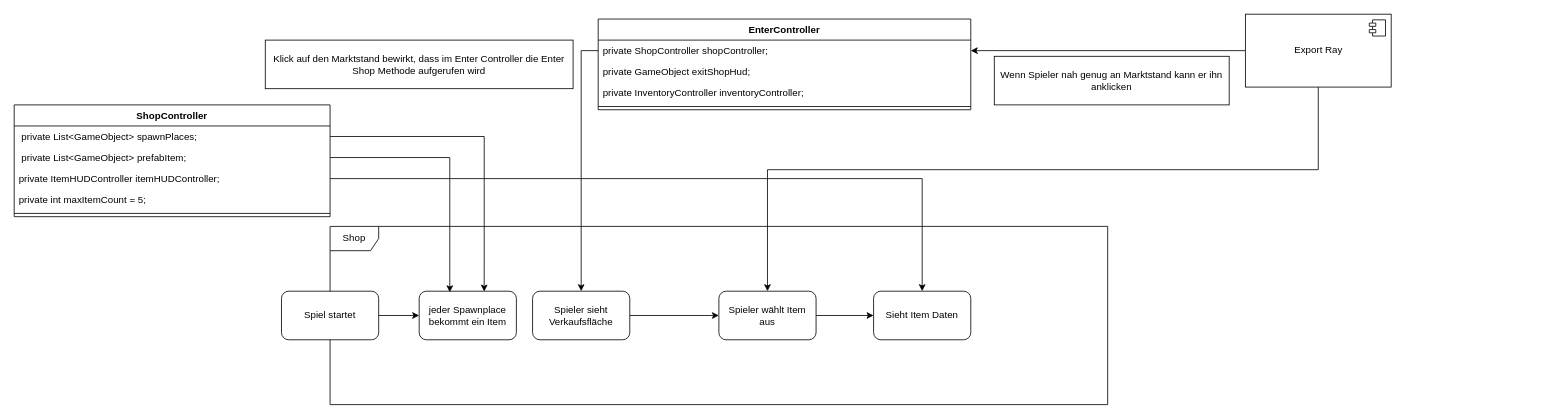
athaeck/AUREA keeps this draw.io diagram as Diagramms/Shopsystem.drawio. Above is the earlier version. Source tidied: cells renumbered, new cells numbered last; positions are measured from the earlier drawing's top-left corner, leaving out a move shared by most shapes. Both pictures are drawn from the tidied source at 81%, with x=0, y=0 at pixel (14, 14).
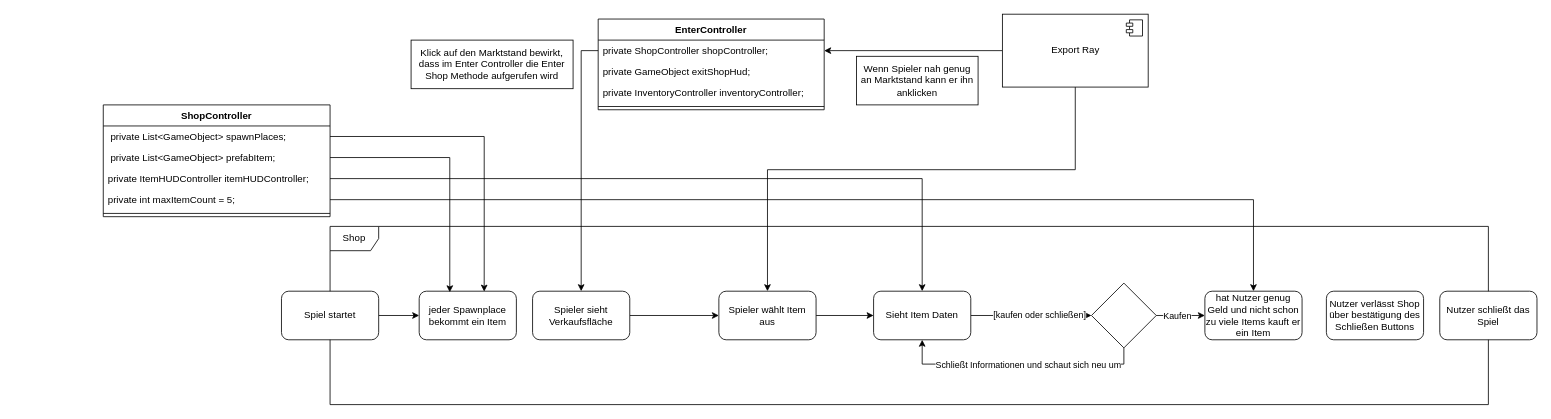
The same diagram, later.

Commit message (it also covers changes not shown here):
Shop System

The change refers to these unchanged cells:
```xml
<mxCell id="28" value="Spieler wählt Item aus" style="rounded=1;whiteSpace=wrap;html=1;" parent="1" vertex="1">
  <mxGeometry x="870" y="342" width="120" height="60" as="geometry" />
</mxCell>
<mxCell id="30" value="Sieht Item Daten" style="rounded=1;whiteSpace=wrap;html=1;" parent="1" vertex="1">
  <mxGeometry x="1061" y="342" width="120" height="60" as="geometry" />
</mxCell>
```

What changed in the source:
```diff
@@
     <mxCell id="2" value="ShopController" style="swimlane;fontStyle=1;align=center;verticalAlign=top;horizontal=1;startSize=26;" parent="1" vertex="1">
-      <mxGeometry y="112" width="390" height="138" as="geometry" />
+      <mxGeometry x="110" y="112" width="280" height="138" as="geometry" />
     </mxCell>
     <mxCell id="3" value=" private List&lt;GameObject&gt; spawnPlaces;" style="text;strokeColor=none;fillColor=none;align=left;verticalAlign=top;spacingLeft=4;spacingRight=4;overflow=hidden;points=[[0,0.5],[1,0.5]];portConstraint=eastwest;" parent="2" vertex="1">
-      <mxGeometry y="26" width="390" height="26" as="geometry" />
+      <mxGeometry y="26" width="280" height="26" as="geometry" />
     </mxCell>
     <mxCell id="4" value=" private List&lt;GameObject&gt; prefabItem;" style="text;strokeColor=none;fillColor=none;align=left;verticalAlign=top;spacingLeft=4;spacingRight=4;overflow=hidden;points=[[0,0.5],[1,0.5]];portConstraint=eastwest;" parent="2" vertex="1">
-      <mxGeometry y="52" width="390" height="26" as="geometry" />
+      <mxGeometry y="52" width="280" height="26" as="geometry" />
     </mxCell>
     <mxCell id="5" value="private ItemHUDController itemHUDController;" style="text;strokeColor=none;fillColor=none;align=left;verticalAlign=top;spacingLeft=4;spacingRight=4;overflow=hidden;points=[[0,0.5],[1,0.5]];portConstraint=eastwest;" parent="2" vertex="1">
-      <mxGeometry y="78" width="390" height="26" as="geometry" />
+      <mxGeometry y="78" width="280" height="26" as="geometry" />
     </mxCell>
     <mxCell id="6" value="private int maxItemCount = 5;" style="text;strokeColor=none;fillColor=none;align=left;verticalAlign=top;spacingLeft=4;spacingRight=4;overflow=hidden;points=[[0,0.5],[1,0.5]];portConstraint=eastwest;" parent="2" vertex="1">
-      <mxGeometry y="104" width="390" height="26" as="geometry" />
+      <mxGeometry y="104" width="280" height="26" as="geometry" />
     </mxCell>
     <mxCell id="7" style="line;strokeWidth=1;fillColor=none;align=left;verticalAlign=middle;spacingTop=-1;spacingLeft=3;spacingRight=3;labelPosition=right;" parent="2" vertex="1">
-      <mxGeometry y="130" width="390" height="8" as="geometry" />
+      <mxGeometry y="130" width="280" height="8" as="geometry" />
     </mxCell>
     <mxCell id="8" value="EnterController" style="swimlane;fontStyle=1;align=center;verticalAlign=top;horizontal=1;startSize=26;" parent="1" vertex="1">
-      <mxGeometry x="721" y="6" width="460" height="112" as="geometry" />
+      <mxGeometry x="721" y="6" width="279" height="112" as="geometry" />
     </mxCell>
     <mxCell id="9" value="private ShopController shopController;" style="text;strokeColor=none;fillColor=none;align=left;verticalAlign=top;spacingLeft=4;spacingRight=4;overflow=hidden;points=[[0,0.5],[1,0.5]];portConstraint=eastwest;" parent="8" vertex="1">
-      <mxGeometry y="26" width="460" height="26" as="geometry" />
+      <mxGeometry y="26" width="279" height="26" as="geometry" />
     </mxCell>
     <mxCell id="10" value="private GameObject exitShopHud;" style="text;strokeColor=none;fillColor=none;align=left;verticalAlign=top;spacingLeft=4;spacingRight=4;overflow=hidden;" parent="8" vertex="1">
-      <mxGeometry y="52" width="460" height="26" as="geometry" />
+      <mxGeometry y="52" width="279" height="26" as="geometry" />
     </mxCell>
     <mxCell id="11" value="private InventoryController inventoryController;" style="text;strokeColor=none;fillColor=none;align=left;verticalAlign=top;spacingLeft=4;spacingRight=4;overflow=hidden;" parent="8" vertex="1">
-      <mxGeometry y="78" width="460" height="26" as="geometry" />
+      <mxGeometry y="78" width="279" height="26" as="geometry" />
     </mxCell>
     <mxCell id="12" style="line;strokeWidth=1;fillColor=none;align=left;verticalAlign=middle;spacingTop=-1;spacingLeft=3;spacingRight=3;labelPosition=right;" parent="8" vertex="1">
-      <mxGeometry y="104" width="460" height="8" as="geometry" />
+      <mxGeometry y="104" width="279" height="8" as="geometry" />
     </mxCell>
@@
-    <mxCell id="14" style="edgeStyle=orthogonalEdgeStyle;rounded=0;jettySize=auto;html=1;" parent="1" edge="1" source="15" target="28">
+    <mxCell id="14" style="edgeStyle=orthogonalEdgeStyle;rounded=0;jettySize=auto;html=1;exitX=0.5;exitY=1;exitDx=0;exitDy=0;" parent="1" edge="1" source="15" target="28">
       <mxGeometry relative="1" as="geometry">
         <Array as="points">
-          <mxPoint x="1610" y="192" />
+          <mxPoint x="1310" y="192" />
           <mxPoint x="930" y="192" />
         </Array>
       </mxGeometry>
     </mxCell>
     <mxCell id="15" value="Export Ray" style="html=1;" parent="1" vertex="1">
-      <mxGeometry x="1520" width="180" height="90" as="geometry" />
+      <mxGeometry x="1220" width="180" height="90" as="geometry" />
     </mxCell>
@@
     <mxCell id="17" value="Shop" style="shape=umlFrame;whiteSpace=wrap;html=1;" parent="1" vertex="1">
-      <mxGeometry x="390" y="262" width="960" height="220" as="geometry" />
+      <mxGeometry x="390" y="262" width="1430" height="220" as="geometry" />
     </mxCell>
@@
     <mxCell id="25" value="Wenn Spieler nah genug an Marktstand kann er ihn anklicken" style="rounded=0;whiteSpace=wrap;html=1;" parent="1" vertex="1">
-      <mxGeometry x="1210" y="52" width="290" height="60" as="geometry" />
+      <mxGeometry x="1040" y="52" width="150" height="60" as="geometry" />
     </mxCell>
     <mxCell id="26" value="Klick auf den Marktstand bewirkt, dass im Enter Controller die Enter Shop Methode aufgerufen wird" style="rounded=0;whiteSpace=wrap;html=1;" parent="1" vertex="1">
-      <mxGeometry x="310" y="32" width="380" height="60" as="geometry" />
+      <mxGeometry x="490" y="32" width="200" height="60" as="geometry" />
     </mxCell>
@@
+    <mxCell id="32" style="edgeStyle=orthogonalEdgeStyle;rounded=0;jettySize=auto;html=1;" parent="1" edge="1" source="30" target="38">
+      <mxGeometry relative="1" as="geometry" />
+    </mxCell>
+    <mxCell id="33" value="[kaufen oder schließen]" style="edgeLabel;html=1;align=center;verticalAlign=middle;" parent="32" vertex="1">
+      <mxGeometry x="0.13" y="2" relative="1" as="geometry" />
+    </mxCell>
@@
+    <mxCell id="34" style="edgeStyle=orthogonalEdgeStyle;rounded=0;jettySize=auto;html=1;" parent="1" edge="1" source="38" target="39">
+      <mxGeometry relative="1" as="geometry">
+        <Array as="points">
+          <mxPoint x="1430" y="372" />
+          <mxPoint x="1430" y="372" />
+        </Array>
+      </mxGeometry>
+    </mxCell>
+    <mxCell id="35" value="Kaufen" style="edgeLabel;html=1;align=center;verticalAlign=middle;" parent="34" vertex="1">
+      <mxGeometry x="-0.17" relative="1" as="geometry" />
+    </mxCell>
+    <mxCell id="36" style="edgeStyle=orthogonalEdgeStyle;rounded=0;jettySize=auto;html=1;entryX=0.5;entryY=1;entryDx=0;entryDy=0;" parent="1" edge="1" source="38" target="30">
+      <mxGeometry relative="1" as="geometry">
+        <Array as="points">
+          <mxPoint x="1370" y="432" />
+          <mxPoint x="1121" y="432" />
+        </Array>
+      </mxGeometry>
+    </mxCell>
+    <mxCell id="37" value="Schließt Informationen und schaut sich neu um" style="edgeLabel;html=1;align=center;verticalAlign=middle;" parent="36" vertex="1">
+      <mxGeometry x="0.06" relative="1" as="geometry">
+        <mxPoint x="19" as="offset" />
+      </mxGeometry>
+    </mxCell>
+    <mxCell id="38" style="rhombus;whiteSpace=wrap;html=1;" parent="1" vertex="1">
+      <mxGeometry x="1330" y="332" width="80" height="80" as="geometry" />
+    </mxCell>
+    <mxCell id="39" value="hat Nutzer genug Geld und nicht schon zu viele Items kauft er ein Item" style="rounded=1;whiteSpace=wrap;html=1;" parent="1" vertex="1">
+      <mxGeometry x="1470" y="342" width="120" height="60" as="geometry" />
+    </mxCell>
+    <mxCell id="40" style="edgeStyle=orthogonalEdgeStyle;rounded=0;jettySize=auto;html=1;entryX=0.5;entryY=0;entryDx=0;entryDy=0;" parent="1" edge="1" source="6" target="39">
+      <mxGeometry relative="1" as="geometry" />
+    </mxCell>
+    <mxCell id="41" value="Nutzer verlässt Shop über bestätigung des Schließen Buttons" style="rounded=1;whiteSpace=wrap;html=1;" parent="1" vertex="1">
+      <mxGeometry x="1620" y="342" width="120" height="60" as="geometry" />
+    </mxCell>
+    <mxCell id="42" value="Nutzer schließt das Spiel" style="rounded=1;whiteSpace=wrap;html=1;" parent="1" vertex="1">
+      <mxGeometry x="1760" y="342" width="120" height="60" as="geometry" />
+    </mxCell>
```
